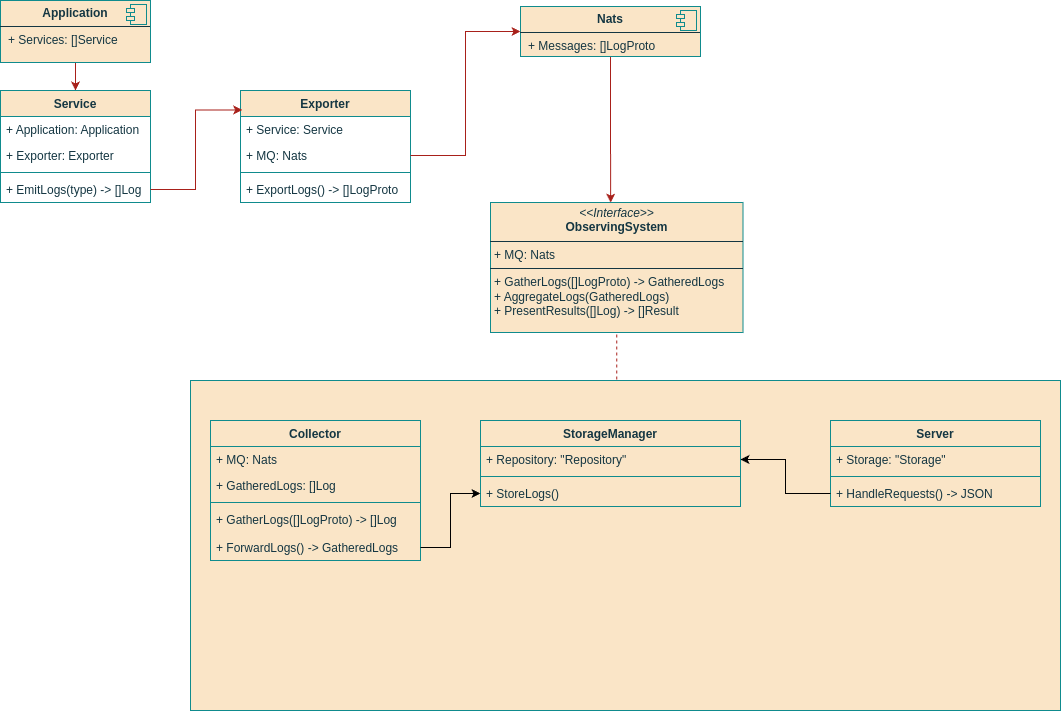
Earlier version of the draw.io export general/mvps/mvp_v1/diagrs/logical_view.png (John321Blacksmith/knowledge_base). Source tidied: cells renumbered, new cells last; positions are measured from the earlier drawing's top-left corner, leaving out a move shared by most shapes.
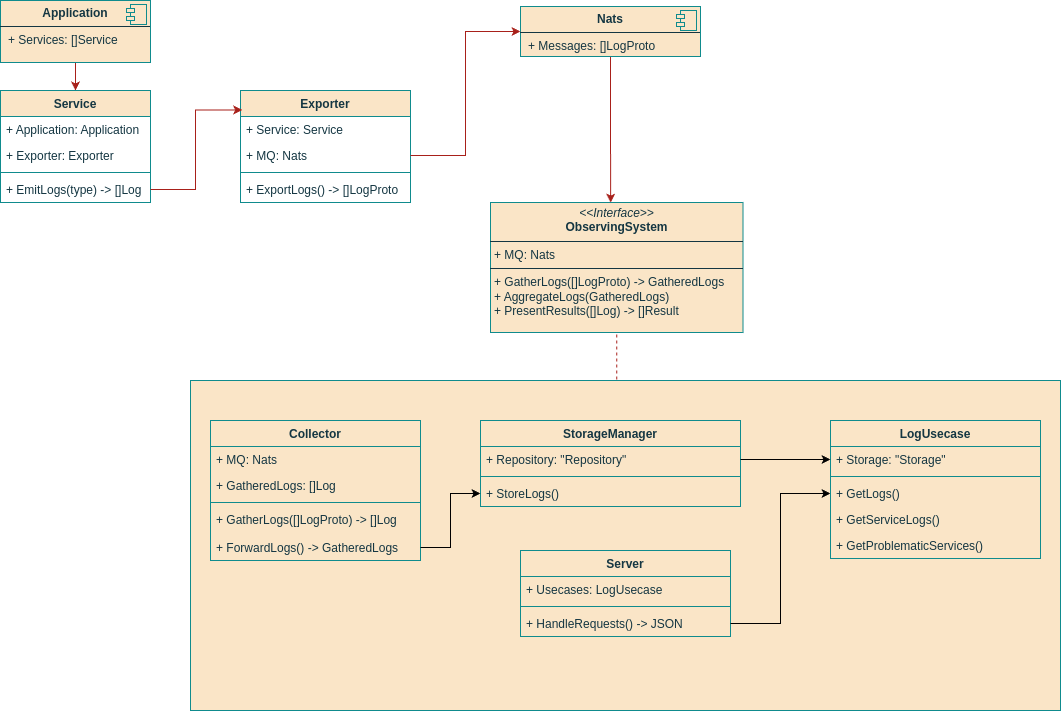
After the change.

Change to the diagram source:
```diff
@@ -67,9 +67,9 @@
       <mxGeometry x="490" y="202" width="252.5" height="130" as="geometry" />
     </mxCell>
     <mxCell id="22" value="Server" style="swimlane;fontStyle=1;align=center;verticalAlign=top;horizontal=1;startSize=26;whiteSpace=wrap;html=1;labelBackgroundColor=none;fillColor=#FAE5C7;strokeColor=#0F8B8D;fontColor=#143642;" parent="1" vertex="1">
-      <mxGeometry x="830" y="420" width="210" height="86" as="geometry" />
+      <mxGeometry x="520" y="550" width="210" height="86" as="geometry" />
     </mxCell>
-    <mxCell id="23" value="+ Storage: &quot;Storage&quot;" style="text;strokeColor=none;fillColor=none;align=left;verticalAlign=top;spacingLeft=4;spacingRight=4;overflow=hidden;whiteSpace=wrap;html=1;labelBackgroundColor=none;fontColor=#143642;" parent="22" vertex="1">
+    <mxCell id="23" value="+ Usecases: LogUsecase" style="text;strokeColor=none;fillColor=none;align=left;verticalAlign=top;spacingLeft=4;spacingRight=4;overflow=hidden;whiteSpace=wrap;html=1;labelBackgroundColor=none;fontColor=#143642;" parent="22" vertex="1">
       <mxGeometry y="26" width="210" height="26" as="geometry" />
     </mxCell>
     <mxCell id="24" style="line;strokeWidth=1;fillColor=none;align=left;verticalAlign=middle;spacingTop=-1;spacingLeft=3;spacingRight=3;labelPosition=right;strokeColor=#0F8B8D;labelBackgroundColor=none;fontColor=#143642;" parent="22" vertex="1">
@@ -114,8 +114,29 @@
     <mxCell id="37" style="edgeStyle=orthogonalEdgeStyle;rounded=0;jettySize=auto;html=1;exitX=1;exitY=0.5;exitDx=0;exitDy=0;" parent="1" edge="1" source="31" target="35">
       <mxGeometry relative="1" as="geometry" />
     </mxCell>
-    <mxCell id="38" style="edgeStyle=orthogonalEdgeStyle;rounded=0;jettySize=auto;html=1;" parent="1" edge="1" source="25" target="33">
+    <mxCell id="38" style="edgeStyle=orthogonalEdgeStyle;rounded=0;jettySize=auto;html=1;entryX=0;entryY=0.5;entryDx=0;entryDy=0;" parent="1" edge="1" source="25" target="42">
       <mxGeometry relative="1" as="geometry" />
     </mxCell>
+    <mxCell id="39" value="LogUsecase" style="swimlane;fontStyle=1;align=center;verticalAlign=top;horizontal=1;startSize=26;whiteSpace=wrap;html=1;labelBackgroundColor=none;fillColor=#FAE5C7;strokeColor=#0F8B8D;fontColor=#143642;" parent="1" vertex="1">
+      <mxGeometry x="830" y="420" width="210" height="138" as="geometry" />
+    </mxCell>
+    <mxCell id="40" value="+ Storage: &quot;Storage&quot;" style="text;strokeColor=none;fillColor=none;align=left;verticalAlign=top;spacingLeft=4;spacingRight=4;overflow=hidden;points=[[0,0.5],[1,0.5]];portConstraint=eastwest;whiteSpace=wrap;html=1;labelBackgroundColor=none;fontColor=#143642;" parent="39" vertex="1">
+      <mxGeometry y="26" width="210" height="26" as="geometry" />
+    </mxCell>
+    <mxCell id="41" style="line;strokeWidth=1;fillColor=none;align=left;verticalAlign=middle;spacingTop=-1;spacingLeft=3;spacingRight=3;labelPosition=right;strokeColor=#0F8B8D;labelBackgroundColor=none;fontColor=#143642;" parent="39" vertex="1">
+      <mxGeometry y="52" width="210" height="8" as="geometry" />
+    </mxCell>
+    <mxCell id="42" value="+ GetLogs()" style="text;strokeColor=none;fillColor=none;align=left;verticalAlign=top;spacingLeft=4;spacingRight=4;overflow=hidden;points=[[0,0.5],[1,0.5]];portConstraint=eastwest;whiteSpace=wrap;html=1;labelBackgroundColor=none;fontColor=#143642;" parent="39" vertex="1">
+      <mxGeometry y="60" width="210" height="26" as="geometry" />
+    </mxCell>
+    <mxCell id="43" value="+ GetServiceLogs()" style="text;strokeColor=none;fillColor=none;align=left;verticalAlign=top;spacingLeft=4;spacingRight=4;overflow=hidden;whiteSpace=wrap;html=1;labelBackgroundColor=none;fontColor=#143642;" parent="39" vertex="1">
+      <mxGeometry y="86" width="210" height="26" as="geometry" />
+    </mxCell>
+    <mxCell id="44" value="+ GetProblematicServices()" style="text;strokeColor=none;fillColor=none;align=left;verticalAlign=top;spacingLeft=4;spacingRight=4;overflow=hidden;whiteSpace=wrap;html=1;labelBackgroundColor=none;fontColor=#143642;" parent="39" vertex="1">
+      <mxGeometry y="112" width="210" height="26" as="geometry" />
+    </mxCell>
+    <mxCell id="45" style="edgeStyle=orthogonalEdgeStyle;rounded=0;jettySize=auto;html=1;entryX=0;entryY=0.5;entryDx=0;entryDy=0;" parent="1" edge="1" source="33" target="40">
+      <mxGeometry relative="1" as="geometry" />
+    </mxCell>
   </root>
 </mxGraphModel>
```
